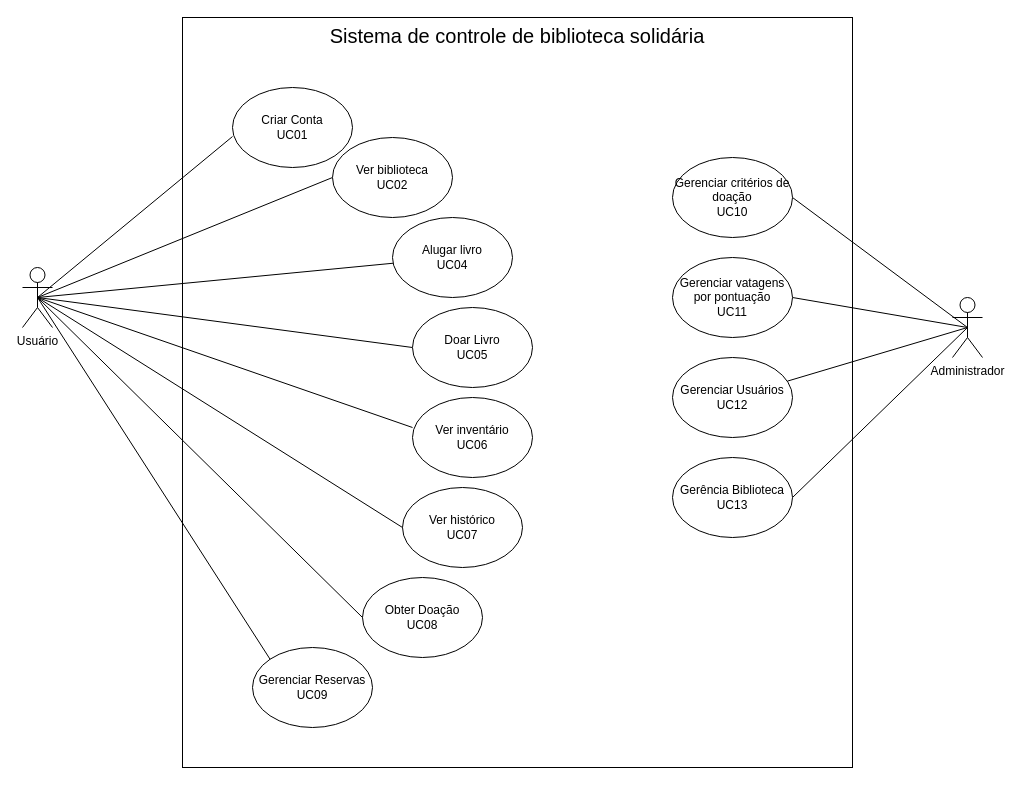
Above: Diagrama sem nome.drawio in lucaspercisi/UFFS (draw.io), before the change. Source tidied: cells renumbered, new cells numbered last; positions are measured from the earlier drawing's top-left corner, leaving out a move shared by most shapes. Both pictures are drawn from the tidied source at 100%, with x=0, y=0 at pixel (22, 17).
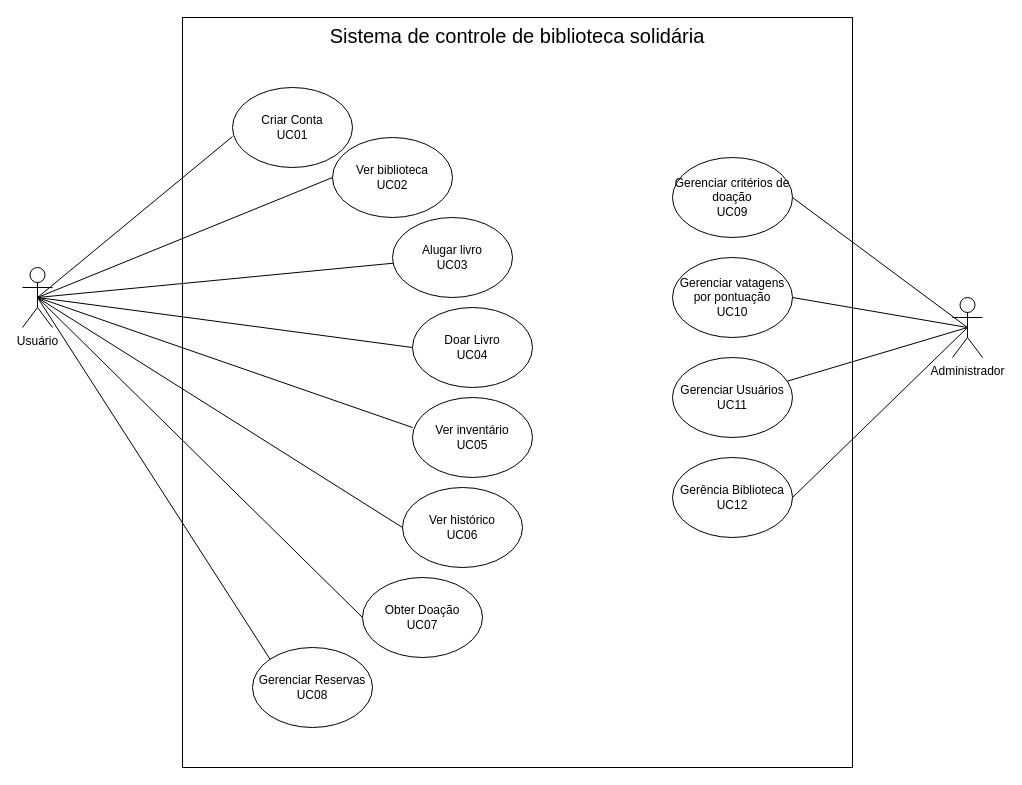
Above is the later version.

Diff of the diagram source:
```diff
@@
-    <mxCell id="11" value="Doar Livro&lt;br&gt;UC05" style="ellipse;whiteSpace=wrap;html=1;" parent="1" vertex="1">
+    <mxCell id="11" value="Doar Livro&lt;br&gt;UC04" style="ellipse;whiteSpace=wrap;html=1;" parent="1" vertex="1">
       <mxGeometry x="390" y="290" width="120" height="80" as="geometry" />
     </mxCell>
-    <mxCell id="12" value="Ver inventário&lt;br&gt;UC06" style="ellipse;whiteSpace=wrap;html=1;" parent="1" vertex="1">
+    <mxCell id="12" value="Ver inventário&lt;br&gt;UC05" style="ellipse;whiteSpace=wrap;html=1;" parent="1" vertex="1">
       <mxGeometry x="390" y="380" width="120" height="80" as="geometry" />
     </mxCell>
-    <mxCell id="13" value="Ver histórico&lt;br&gt;UC07" style="ellipse;whiteSpace=wrap;html=1;" parent="1" vertex="1">
+    <mxCell id="13" value="Ver histórico&lt;br&gt;UC06" style="ellipse;whiteSpace=wrap;html=1;" parent="1" vertex="1">
       <mxGeometry x="380" y="470" width="120" height="80" as="geometry" />
     </mxCell>
-    <mxCell id="14" value="Obter Doação&lt;br&gt;UC08" style="ellipse;whiteSpace=wrap;html=1;" parent="1" vertex="1">
+    <mxCell id="14" value="Obter Doação&lt;br&gt;UC07" style="ellipse;whiteSpace=wrap;html=1;" parent="1" vertex="1">
       <mxGeometry x="340" y="560" width="120" height="80" as="geometry" />
     </mxCell>
-    <mxCell id="15" value="Alugar livro&lt;br&gt;UC04" style="ellipse;whiteSpace=wrap;html=1;" parent="1" vertex="1">
+    <mxCell id="15" value="Alugar livro&lt;br&gt;UC03" style="ellipse;whiteSpace=wrap;html=1;" parent="1" vertex="1">
       <mxGeometry x="370" y="200" width="120" height="80" as="geometry" />
     </mxCell>
-    <mxCell id="16" value="Gerenciar Reservas&lt;br&gt;UC09" style="ellipse;whiteSpace=wrap;html=1;" parent="1" vertex="1">
+    <mxCell id="16" value="Gerenciar Reservas&lt;br&gt;UC08" style="ellipse;whiteSpace=wrap;html=1;" parent="1" vertex="1">
       <mxGeometry x="230" y="630" width="120" height="80" as="geometry" />
     </mxCell>
@@
-    <mxCell id="22" value="Gerência Biblioteca&lt;br&gt;UC13" style="ellipse;whiteSpace=wrap;html=1;" parent="1" vertex="1">
+    <mxCell id="22" value="Gerência Biblioteca&lt;br&gt;UC12" style="ellipse;whiteSpace=wrap;html=1;" parent="1" vertex="1">
       <mxGeometry x="650" y="440" width="120" height="80" as="geometry" />
     </mxCell>
-    <mxCell id="23" value="Gerenciar Usuários&lt;br&gt;UC12" style="ellipse;whiteSpace=wrap;html=1;" parent="1" vertex="1">
+    <mxCell id="23" value="Gerenciar Usuários&lt;br&gt;UC11" style="ellipse;whiteSpace=wrap;html=1;" parent="1" vertex="1">
       <mxGeometry x="650" y="340" width="120" height="80" as="geometry" />
     </mxCell>
-    <mxCell id="24" value="Gerenciar critérios de doação&lt;br&gt;UC10" style="ellipse;whiteSpace=wrap;html=1;" parent="1" vertex="1">
+    <mxCell id="24" value="Gerenciar critérios de doação&lt;br&gt;UC09" style="ellipse;whiteSpace=wrap;html=1;" parent="1" vertex="1">
       <mxGeometry x="650" y="140" width="120" height="80" as="geometry" />
     </mxCell>
-    <mxCell id="25" value="Gerenciar vatagens por pontuação&lt;br&gt;UC11" style="ellipse;whiteSpace=wrap;html=1;" parent="1" vertex="1">
+    <mxCell id="25" value="Gerenciar vatagens por pontuação&lt;br&gt;UC10" style="ellipse;whiteSpace=wrap;html=1;" parent="1" vertex="1">
       <mxGeometry x="650" y="240" width="120" height="80" as="geometry" />
     </mxCell>
```
